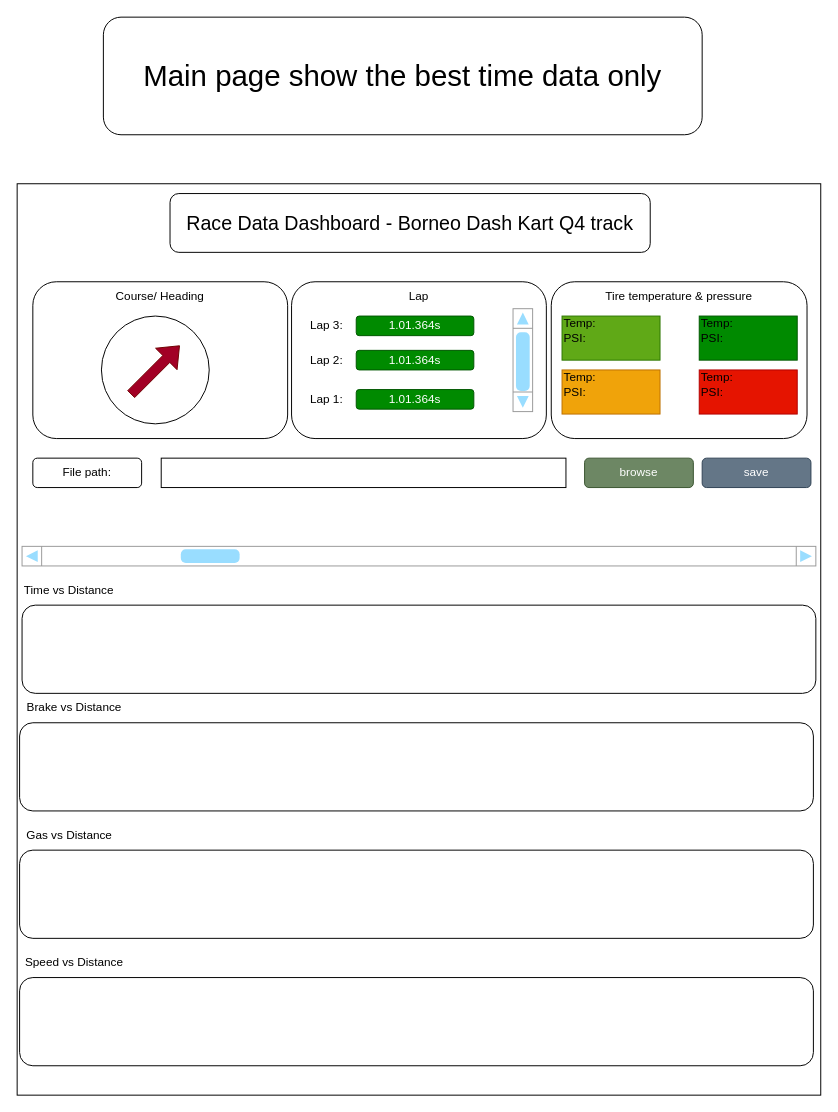
Above: page "data analysis main page" (3 of 5) of pictures/WEB View dashboard.drawio in Yobeh-blek/FullSend_Logger (draw.io), before the change. Source tidied: cells renumbered, new cells numbered last; positions are measured from the earlier drawing's top-left corner, leaving out a move shared by most shapes. Both pictures are drawn from the tidied source at 98%, with x=0, y=0 at pixel (17, 17).
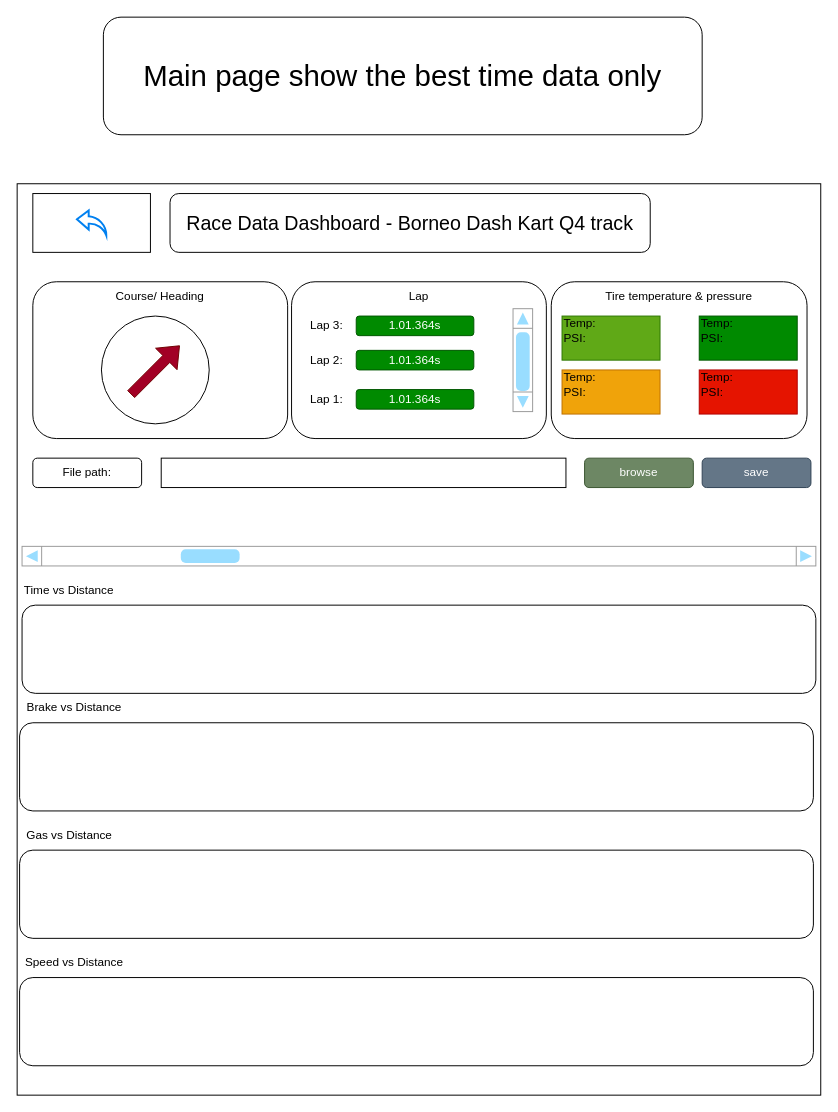
The same page after the edit.

The edit, as a diff of the source:
```diff
@@
+    <mxCell id="41" style="group;" parent="1" vertex="1">
+      <mxGeometry x="16" y="180" width="120" height="60" as="geometry" />
+    </mxCell>
+    <mxCell id="42" style="rounded=0;whiteSpace=wrap;html=1;" parent="41" vertex="1">
+      <mxGeometry width="120" height="60" as="geometry" />
+    </mxCell>
+    <mxCell id="43" style="html=1;verticalLabelPosition=bottom;align=center;labelBackgroundColor=#ffffff;verticalAlign=top;strokeWidth=2;strokeColor=#0080F0;shadow=0;dashed=0;shape=mxgraph.ios7.icons.back;" parent="41" vertex="1">
+      <mxGeometry x="45" y="17.2" width="30" height="25.5" as="geometry" />
+    </mxCell>
```
